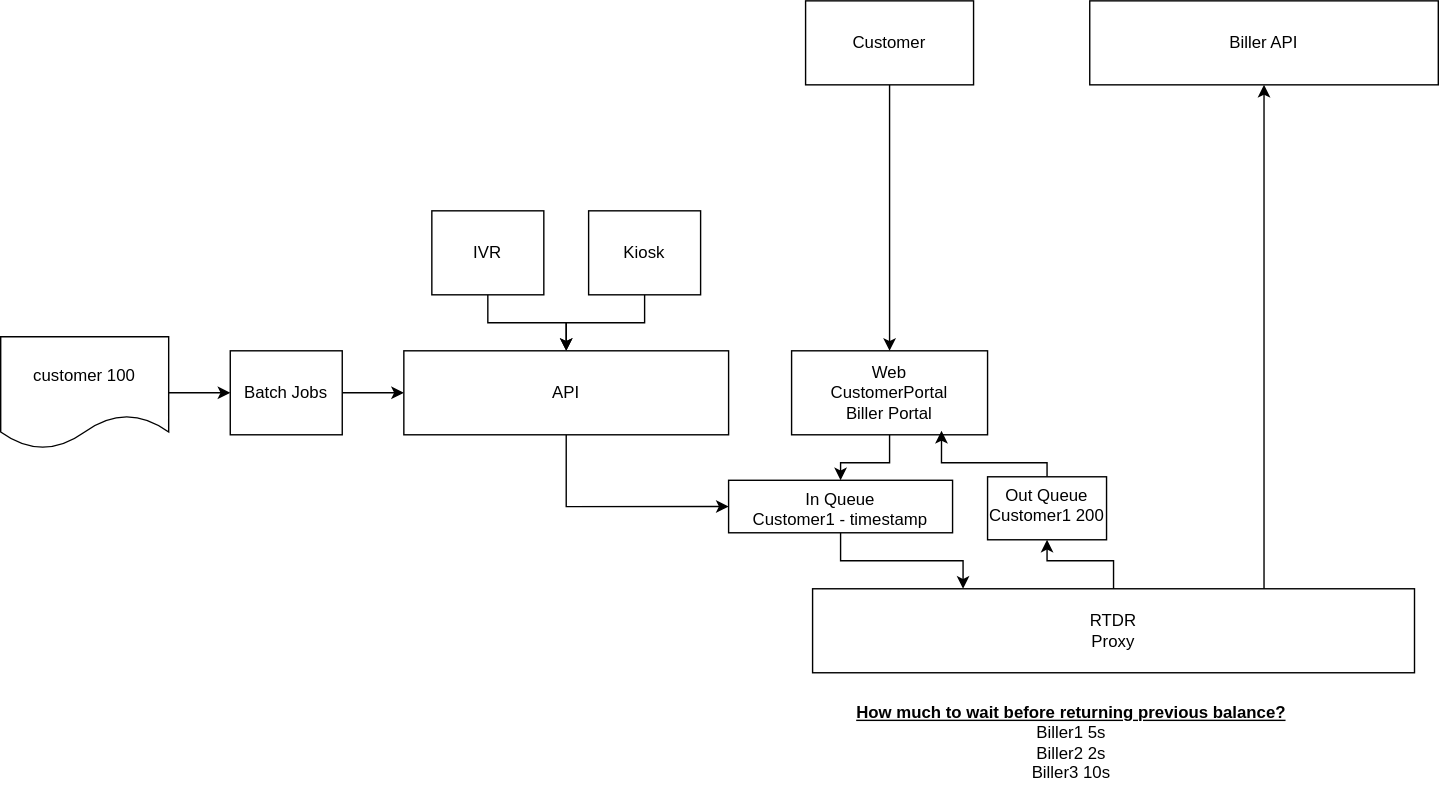
This is rtdr.svg from vjavle/invoicecloud, a draw.io export, as it was before one commit. Source tidied: cells renumbered, new cells last; positions are measured from the earlier drawing's top-left corner, leaving out a move shared by most shapes.
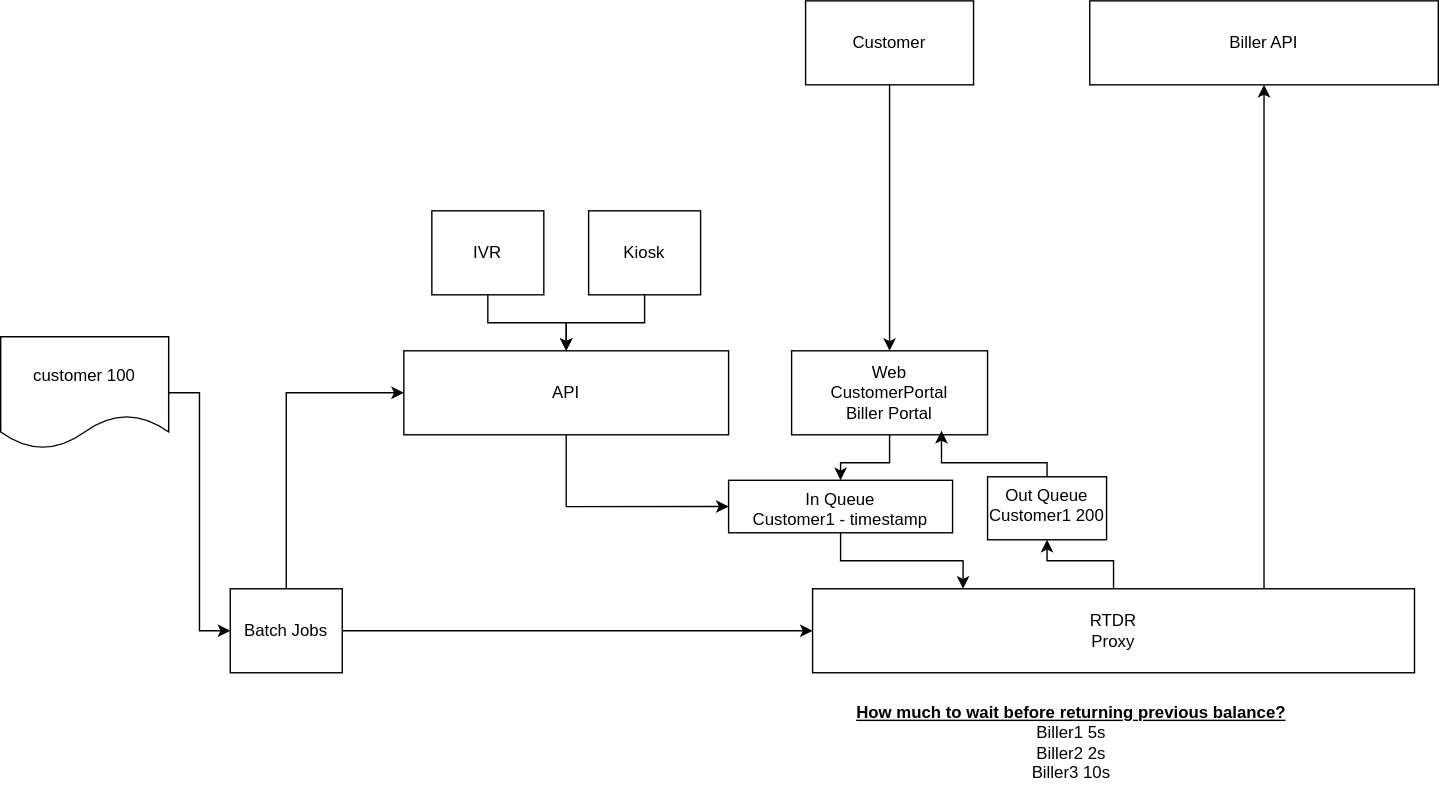
After the commit.

Change to the diagram source:
```diff
@@ -38,11 +38,14 @@
     <mxCell id="13" value="Kiosk" style="rounded=0;whiteSpace=wrap;html=1;" parent="1" vertex="1">
       <mxGeometry x="420" y="150" width="80" height="60" as="geometry" />
     </mxCell>
-    <mxCell id="14" style="edgeStyle=orthogonalEdgeStyle;rounded=0;jettySize=auto;html=1;entryX=0;entryY=0.5;entryDx=0;entryDy=0;startArrow=none;startFill=0;endArrow=classic;endFill=1;" parent="1" edge="1" source="15" target="23">
+    <mxCell id="14" style="edgeStyle=orthogonalEdgeStyle;rounded=0;jettySize=auto;html=1;startArrow=none;startFill=0;endArrow=classic;endFill=1;" parent="1" edge="1" source="15" target="5">
       <mxGeometry relative="1" as="geometry" />
     </mxCell>
+    <mxCell id="25" style="edgeStyle=orthogonalEdgeStyle;rounded=0;jettySize=auto;html=1;entryX=0;entryY=0.5;entryDx=0;entryDy=0;startArrow=none;startFill=0;endArrow=classic;endFill=1;exitX=0.5;exitY=0;exitDx=0;exitDy=0;" parent="1" edge="1" source="15" target="23">
+      <mxGeometry relative="1" as="geometry" />
+    </mxCell>
     <mxCell id="15" value="Batch Jobs" style="rounded=0;whiteSpace=wrap;html=1;" parent="1" vertex="1">
-      <mxGeometry x="164" y="250" width="80" height="60" as="geometry" />
+      <mxGeometry x="164" y="420" width="80" height="60" as="geometry" />
     </mxCell>
     <mxCell id="16" style="edgeStyle=orthogonalEdgeStyle;rounded=0;jettySize=auto;html=1;entryX=0;entryY=0.5;entryDx=0;entryDy=0;startArrow=none;startFill=0;endArrow=classic;endFill=1;" parent="1" edge="1" source="17" target="15">
       <mxGeometry relative="1" as="geometry" />
```
